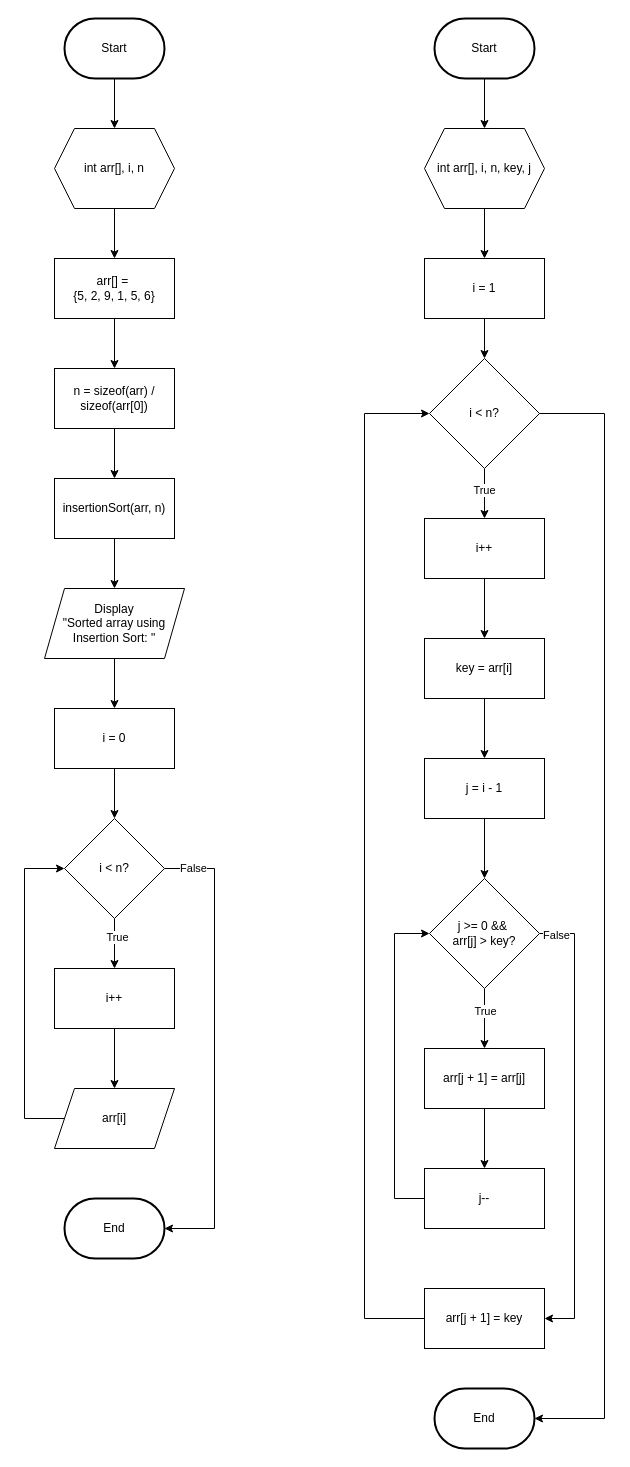
Earlier version of the draw.io diagram page "Insertion Sort" (1 of 5) of Penda Modul 3.drawio (elikawicaksana/BuildIT_BasisData). Source tidied: cells renumbered, new cells numbered last; positions are measured from the earlier drawing's top-left corner, leaving out a move shared by most shapes. Both pictures are drawn from the tidied source at 100%, with x=0, y=0 at pixel (24, 18).
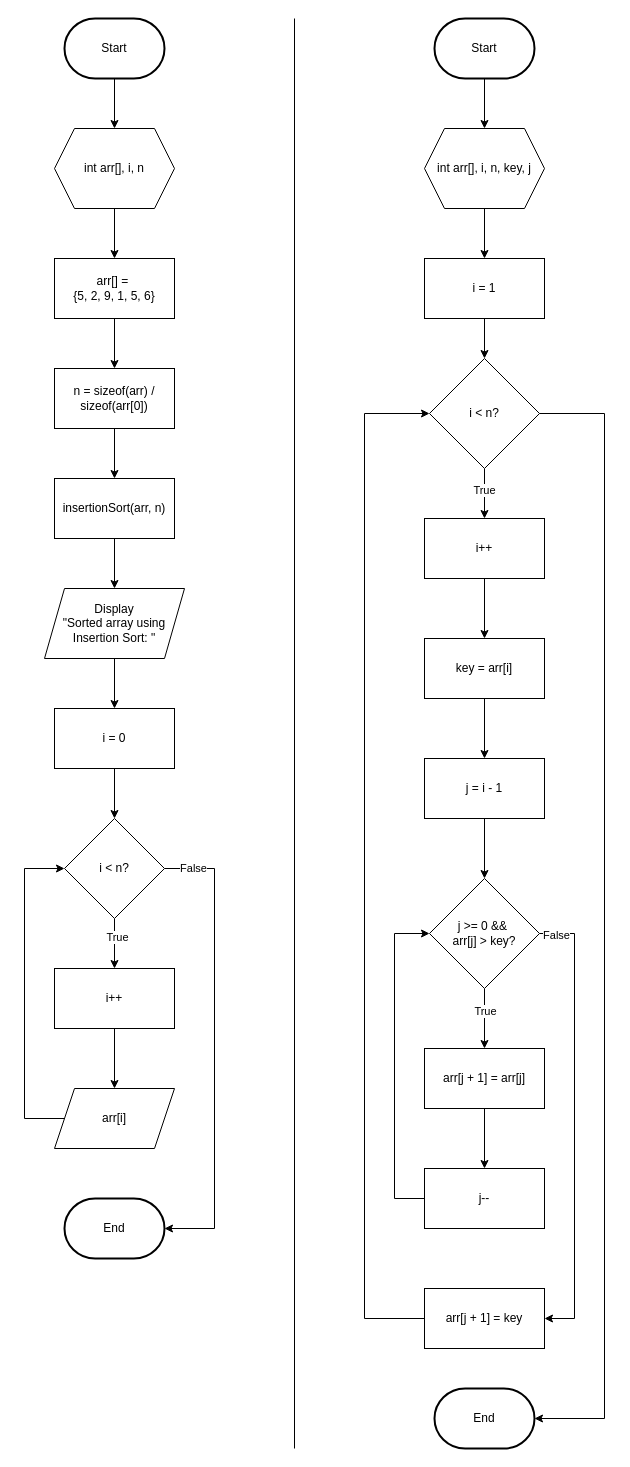
Above is the later version.

What changed in the source:
```diff
@@
+    <mxCell id="54" style="endArrow=none;html=1;rounded=0;" parent="1" edge="1">
+      <mxGeometry relative="1" as="geometry">
+        <mxPoint x="270" y="1430" as="sourcePoint" />
+        <mxPoint x="270" as="targetPoint" />
+      </mxGeometry>
+    </mxCell>
```
